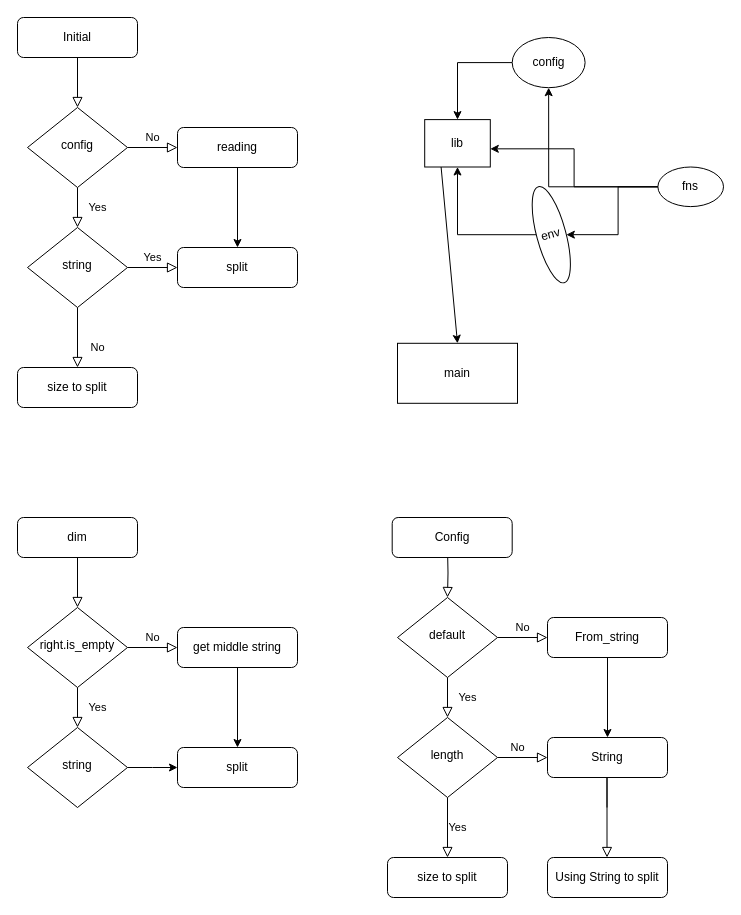
rdigua/filesplit keeps this draw.io diagram as docs/toml-version.drawio. Above is the earlier version. Source tidied: cells renumbered, new cells numbered last; positions are measured from the earlier drawing's top-left corner, leaving out a move shared by most shapes. Both pictures are drawn from the tidied source at 100%, with x=0, y=0 at pixel (17, 17).
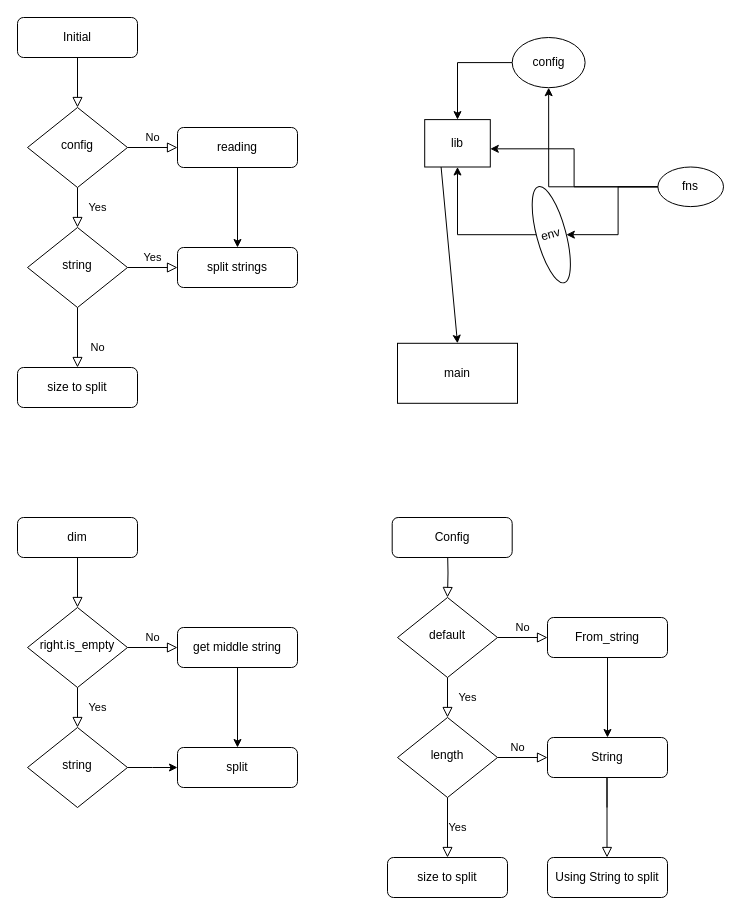
The same page after the edit.

What changed in the source:
```diff
@@
-    <mxCell id="13" value="split" style="rounded=1;whiteSpace=wrap;html=1;fontSize=12;glass=0;strokeWidth=1;shadow=0;" parent="1" vertex="1">
+    <mxCell id="13" value="split strings" style="rounded=1;whiteSpace=wrap;html=1;fontSize=12;glass=0;strokeWidth=1;shadow=0;" parent="1" vertex="1">
       <mxGeometry x="160" y="230" width="120" height="40" as="geometry" />
     </mxCell>
```
